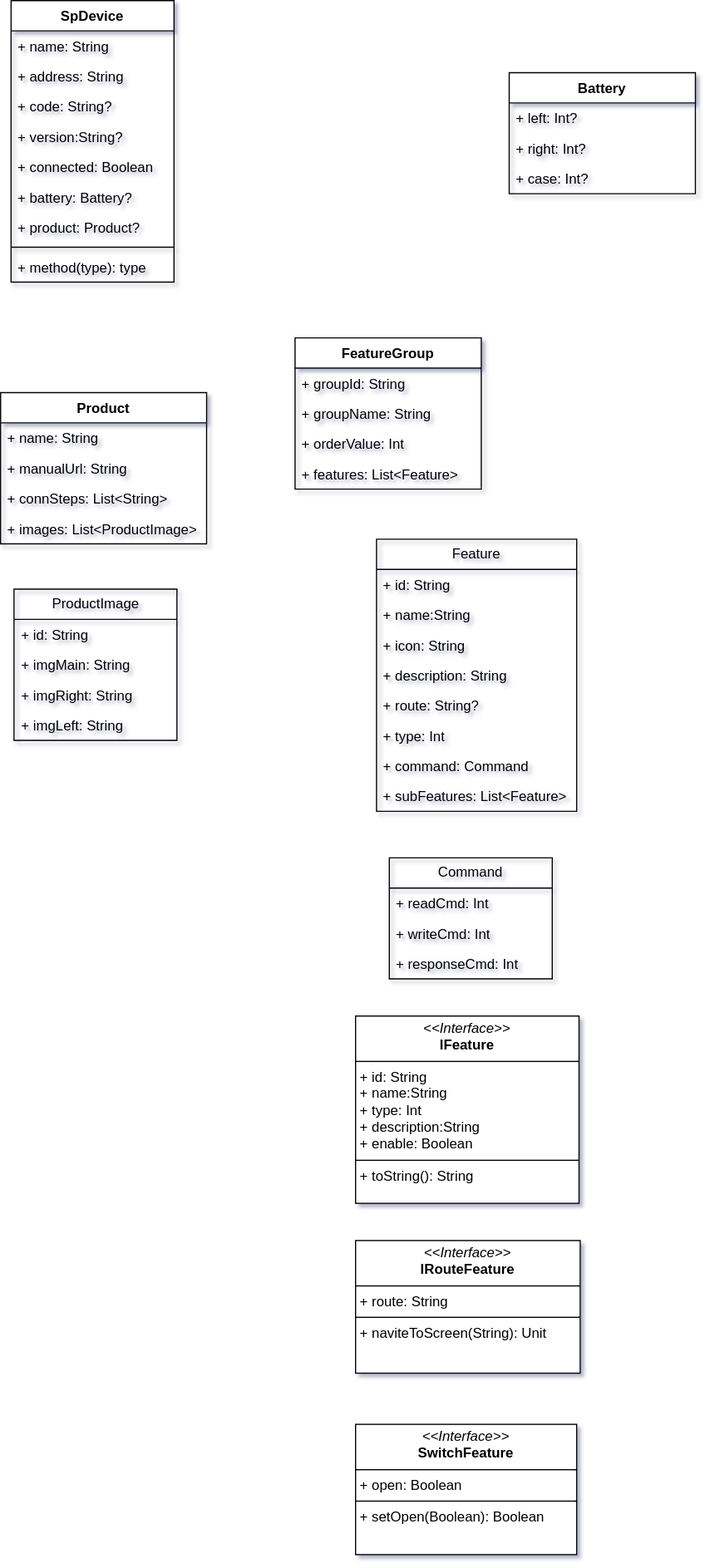
Earlier version of the draw.io export 未命名绘图.drawio.svg (kekemao00/draw-libs). Source tidied: cells renumbered, new cells last; positions are measured from the earlier drawing's top-left corner, leaving out a move shared by most shapes.
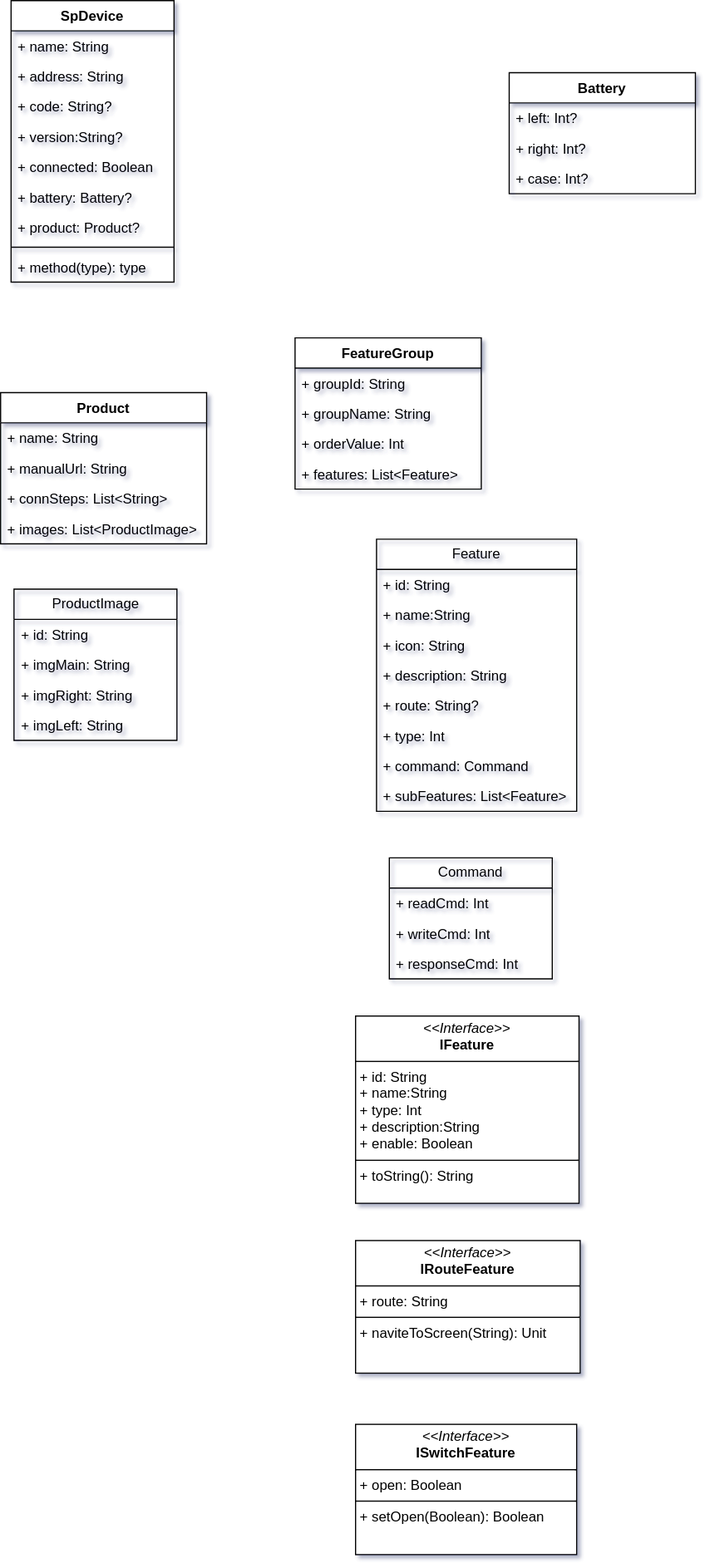
Above is the later version.

Commit message:
更新未命名绘图.drawio.svg

Change to the diagram source:
```diff
@@ -131,7 +131,7 @@
     <mxCell id="44" value="&lt;p style=&quot;margin:0px;margin-top:4px;text-align:center;&quot;&gt;&lt;i&gt;&amp;lt;&amp;lt;Interface&amp;gt;&amp;gt;&lt;/i&gt;&lt;br&gt;&lt;b&gt;IFeature&lt;/b&gt;&lt;/p&gt;&lt;hr size=&quot;1&quot; style=&quot;border-style:solid;&quot;&gt;&lt;p style=&quot;margin:0px;margin-left:4px;&quot;&gt;+ id: String&lt;br&gt;+ name:String&lt;br&gt;+ type: Int&lt;br&gt;+ description:String&lt;br&gt;+&amp;nbsp;enable: Boolean&lt;/p&gt;&lt;hr size=&quot;1&quot; style=&quot;border-style:solid;&quot;&gt;&lt;p style=&quot;margin:0px;margin-left:4px;&quot;&gt;+ toString(): String&lt;br&gt;&lt;/p&gt;" style="verticalAlign=top;align=left;overflow=fill;html=1;whiteSpace=wrap;" parent="1" vertex="1">
       <mxGeometry x="305" y="873" width="192" height="161" as="geometry" />
     </mxCell>
-    <mxCell id="45" value="&lt;p style=&quot;margin:0px;margin-top:4px;text-align:center;&quot;&gt;&lt;i&gt;&amp;lt;&amp;lt;Interface&amp;gt;&amp;gt;&lt;/i&gt;&lt;br&gt;&lt;b&gt;SwitchFeature&lt;/b&gt;&lt;/p&gt;&lt;hr size=&quot;1&quot; style=&quot;border-style:solid;&quot;&gt;&lt;p style=&quot;margin:0px;margin-left:4px;&quot;&gt;+ open: Boolean&lt;br&gt;&lt;/p&gt;&lt;hr size=&quot;1&quot; style=&quot;border-style:solid;&quot;&gt;&lt;p style=&quot;margin:0px;margin-left:4px;&quot;&gt;+ setOpen(Boolean): Boolean&lt;/p&gt;" style="verticalAlign=top;align=left;overflow=fill;html=1;whiteSpace=wrap;" parent="1" vertex="1">
+    <mxCell id="45" value="&lt;p style=&quot;margin:0px;margin-top:4px;text-align:center;&quot;&gt;&lt;i&gt;&amp;lt;&amp;lt;Interface&amp;gt;&amp;gt;&lt;/i&gt;&lt;br&gt;&lt;b&gt;ISwitchFeature&lt;/b&gt;&lt;/p&gt;&lt;hr size=&quot;1&quot; style=&quot;border-style:solid;&quot;&gt;&lt;p style=&quot;margin:0px;margin-left:4px;&quot;&gt;+ open: Boolean&lt;br&gt;&lt;/p&gt;&lt;hr size=&quot;1&quot; style=&quot;border-style:solid;&quot;&gt;&lt;p style=&quot;margin:0px;margin-left:4px;&quot;&gt;+ setOpen(Boolean): Boolean&lt;/p&gt;" style="verticalAlign=top;align=left;overflow=fill;html=1;whiteSpace=wrap;" parent="1" vertex="1">
       <mxGeometry x="305" y="1224" width="190" height="112" as="geometry" />
     </mxCell>
     <mxCell id="46" value="&lt;p style=&quot;margin:0px;margin-top:4px;text-align:center;&quot;&gt;&lt;i&gt;&amp;lt;&amp;lt;Interface&amp;gt;&amp;gt;&lt;/i&gt;&lt;br&gt;&lt;b&gt;IRouteFeature&lt;/b&gt;&lt;/p&gt;&lt;hr size=&quot;1&quot; style=&quot;border-style:solid;&quot;&gt;&lt;p style=&quot;margin:0px;margin-left:4px;&quot;&gt;+ route: String&lt;/p&gt;&lt;hr size=&quot;1&quot; style=&quot;border-style:solid;&quot;&gt;&lt;p style=&quot;margin:0px;margin-left:4px;&quot;&gt;+ naviteToScreen(String): Unit&lt;br&gt;&lt;/p&gt;" style="verticalAlign=top;align=left;overflow=fill;html=1;whiteSpace=wrap;" parent="1" vertex="1">
```
